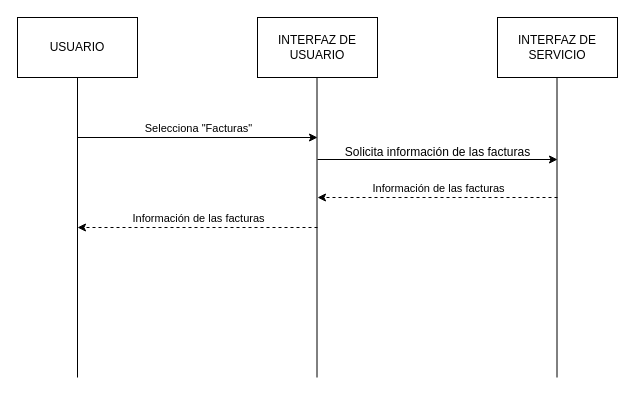
Above: diagrams/secuencia/DS-019.drawio in ClaudiaOviedoGovantes/ComercialPostigo (draw.io), before the change. Source tidied: cells renumbered, new cells numbered last; positions are measured from the earlier drawing's top-left corner, leaving out a move shared by most shapes. Both pictures are drawn from the tidied source at 100%, with x=0, y=0 at pixel (17, 17).
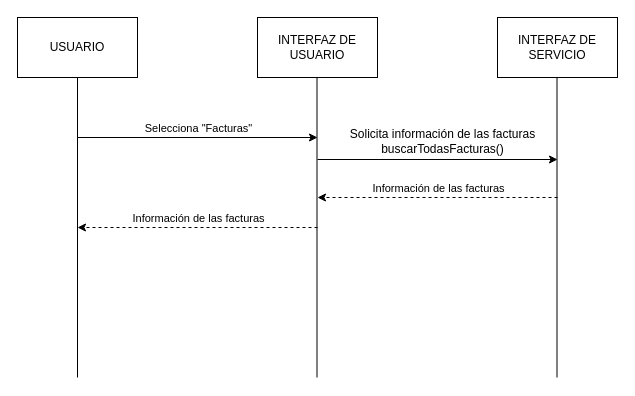
Above is the later version.

What changed in the source:
```diff
@@
-    <mxCell id="13" value="Solicita información de las facturas" style="text;html=1;align=center;verticalAlign=middle;strokeColor=none;fillColor=none;" parent="1" vertex="1">
-      <mxGeometry x="315" y="120" width="210" height="30" as="geometry" />
+    <mxCell id="13" value="Solicita información de las facturas&lt;div&gt;buscarTodasFacturas()&lt;/div&gt;" style="text;html=1;align=center;verticalAlign=middle;strokeColor=none;fillColor=none;" parent="1" vertex="1">
+      <mxGeometry x="323" y="103" width="203" height="41" as="geometry" />
     </mxCell>
```
